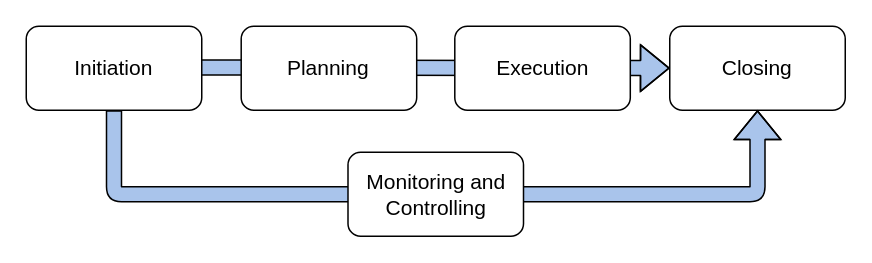
Above: thesis/thesis/data/figures/Project Lifecycle.drawio in jp-berg/AES (draw.io), before the change. Source tidied: cells renumbered, new cells numbered last; positions are measured from the earlier drawing's top-left corner, leaving out a move shared by most shapes. Both pictures are drawn from the tidied source at 150%, with x=0, y=0 at pixel (26, 26).
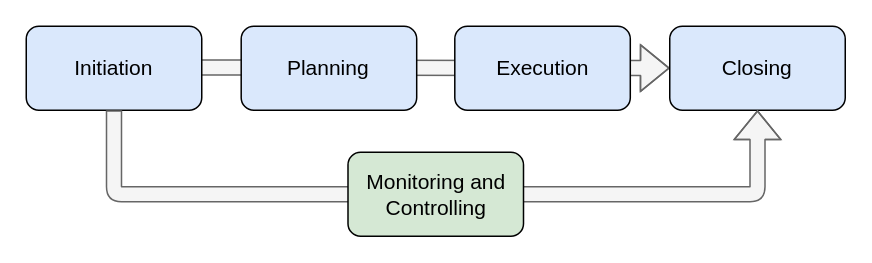
After the change.

Diff of the diagram source:
```diff
@@
 <mxGraphModel>
   <root>
     <mxCell id="0" />
     <mxCell id="1" parent="0" />
     <mxCell id="2" parent="0" />
-    <mxCell id="3" style="shape=flexArrow;endArrow=classic;html=1;strokeWidth=1;startSize=6;endSize=6;fillColor=#A9C4EB;" parent="2" edge="1" target="7">
+    <mxCell id="3" style="shape=flexArrow;endArrow=classic;html=1;strokeWidth=1;startSize=6;endSize=6;fillColor=#f5f5f5;strokeColor=#666666;" parent="2" edge="1" target="7">
       <mxGeometry x="134" y="230" as="geometry">
         <mxPoint x="54.6" y="27.5" as="sourcePoint" />
         <Array as="points">
           <mxPoint x="152.1" y="27.5" />
         </Array>
       </mxGeometry>
     </mxCell>
-    <mxCell id="4" value="&lt;font style=&quot;font-size: 14px&quot; face=&quot;CMU Serif Roman&quot;&gt;Initiation&lt;/font&gt;" style="rounded=1;whiteSpace=wrap;html=1;" parent="2" vertex="1">
+    <mxCell id="4" value="&lt;font style=&quot;font-size: 14px&quot; face=&quot;CMU Serif Roman&quot;&gt;Initiation&lt;/font&gt;" style="rounded=1;whiteSpace=wrap;html=1;fillColor=#dae8fc;" parent="2" vertex="1">
       <mxGeometry width="117" height="56" as="geometry" />
     </mxCell>
-    <mxCell id="5" value="&lt;font style=&quot;font-size: 14px&quot; face=&quot;CMU Serif Roman&quot;&gt;Planning&lt;/font&gt;" style="rounded=1;whiteSpace=wrap;html=1;" parent="2" vertex="1">
+    <mxCell id="5" value="&lt;font style=&quot;font-size: 14px&quot; face=&quot;CMU Serif Roman&quot;&gt;Planning&lt;/font&gt;" style="rounded=1;whiteSpace=wrap;html=1;fillColor=#dae8fc;" parent="2" vertex="1">
       <mxGeometry x="143.3" width="117" height="56" as="geometry" />
     </mxCell>
-    <mxCell id="6" value="&lt;font style=&quot;font-size: 14px&quot; face=&quot;CMU Serif Roman&quot;&gt;Execution&lt;/font&gt;" style="rounded=1;whiteSpace=wrap;html=1;" parent="2" vertex="1">
+    <mxCell id="6" value="&lt;font style=&quot;font-size: 14px&quot; face=&quot;CMU Serif Roman&quot;&gt;Execution&lt;/font&gt;" style="rounded=1;whiteSpace=wrap;html=1;fillColor=#dae8fc;" parent="2" vertex="1">
       <mxGeometry x="285.7" width="117" height="56" as="geometry" />
     </mxCell>
-    <mxCell id="7" value="&lt;font style=&quot;font-size: 14px&quot; face=&quot;CMU Serif Roman&quot;&gt;Closing&lt;/font&gt;" style="rounded=1;whiteSpace=wrap;html=1;" parent="2" vertex="1">
+    <mxCell id="7" value="&lt;font style=&quot;font-size: 14px&quot; face=&quot;CMU Serif Roman&quot;&gt;Closing&lt;/font&gt;" style="rounded=1;whiteSpace=wrap;html=1;fillColor=#dae8fc;" parent="2" vertex="1">
       <mxGeometry x="429" width="117" height="56" as="geometry" />
     </mxCell>
-    <mxCell id="8" style="shape=flexArrow;endArrow=classic;html=1;strokeWidth=1;fillColor=#A9C4EB;gradientColor=none;exitX=0.5;exitY=1;exitDx=0;exitDy=0;entryX=0.5;entryY=1;entryDx=0;entryDy=0;" parent="2" edge="1" source="4" target="7">
+    <mxCell id="8" style="shape=flexArrow;endArrow=classic;html=1;strokeWidth=1;fillColor=#f5f5f5;exitX=0.5;exitY=1;exitDx=0;exitDy=0;entryX=0.5;entryY=1;entryDx=0;entryDy=0;strokeColor=#666666;" parent="2" edge="1" source="4" target="7">
       <mxGeometry x="134" y="230" as="geometry">
         <Array as="points">
           <mxPoint x="58.5" y="112" />
           <mxPoint x="487.5" y="112" />
         </Array>
       </mxGeometry>
     </mxCell>
-    <mxCell id="9" value="&lt;font style=&quot;font-size: 14px&quot; face=&quot;CMU Serif Roman&quot;&gt;Monitoring and&lt;br&gt;Controlling&lt;/font&gt;" style="rounded=1;whiteSpace=wrap;html=1;" parent="2" vertex="1">
+    <mxCell id="9" value="&lt;font style=&quot;font-size: 14px&quot; face=&quot;CMU Serif Roman&quot;&gt;Monitoring and&lt;br&gt;Controlling&lt;/font&gt;" style="rounded=1;whiteSpace=wrap;html=1;fillColor=#d5e8d4;" parent="2" vertex="1">
       <mxGeometry x="214.5" y="84" width="117" height="56" as="geometry" />
     </mxCell>
   </root>
 </mxGraphModel>
```
